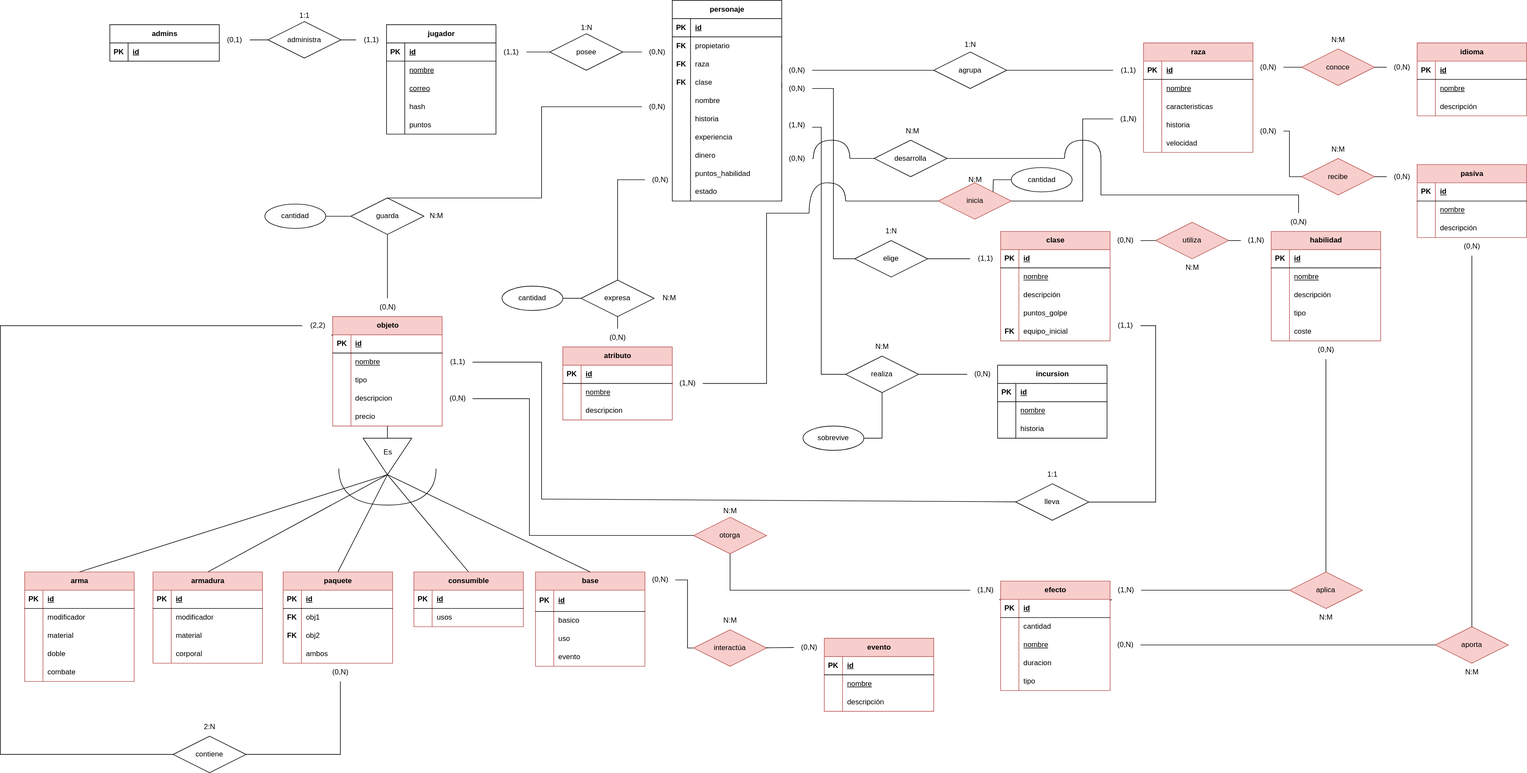
Above: DB_Schema/BaseDatos_DnD.svg in IvanFreireDacoba/LogeVerse (draw.io), before the change. Source tidied: cells renumbered, new cells last; positions are measured from the earlier drawing's top-left corner, leaving out a move shared by most shapes.
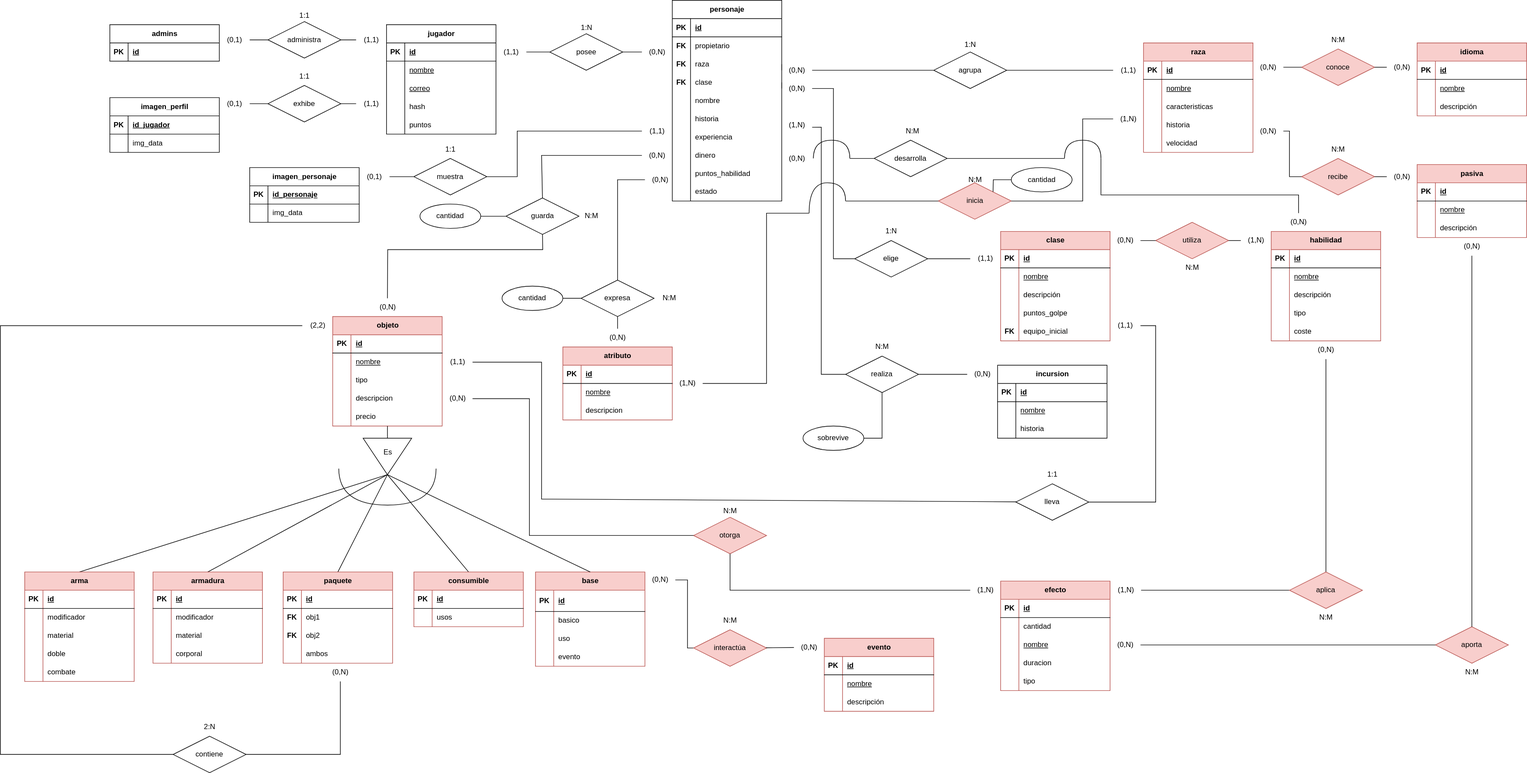
The same diagram one commit later.

What changed in the source:
```diff
@@ -239,9 +239,6 @@
     <mxCell id="80" style="endArrow=none;html=1;rounded=0;exitX=1;exitY=0.5;exitDx=0;exitDy=0;" parent="46" edge="1" source="47" target="49">
       <mxGeometry relative="1" as="geometry" />
     </mxCell>
-    <mxCell id="81" value="(0,N)" style="text;html=1;align=center;verticalAlign=middle;points=[];strokeColor=none;fillColor=none;" parent="46" vertex="1">
-      <mxGeometry y="150" width="50" height="30" as="geometry" />
-    </mxCell>
     <mxCell id="82" value="incursion" style="shape=table;startSize=30;rowLines=0;fontStyle=1;align=center;html=1;" parent="1" vertex="1">
       <mxGeometry x="1640" y="600" width="180" height="120" as="geometry" />
     </mxCell>
@@ -448,15 +445,6 @@
     <mxCell id="141" style="group;" parent="1" vertex="1">
       <mxGeometry x="150" y="160" width="1110" height="1110" as="geometry" />
     </mxCell>
-    <mxCell id="142" style="group;" parent="141" vertex="1">
-      <mxGeometry x="338.5" width="290" height="225" as="geometry" />
-    </mxCell>
-    <mxCell id="143" value="guarda" style="shape=rhombus;perimeter=rhombusPerimeter;whiteSpace=wrap;html=1;align=center;" parent="142" vertex="1">
-      <mxGeometry x="88" y="165" width="120" height="60" as="geometry" />
-    </mxCell>
-    <mxCell id="144" value="N:M" style="text;html=1;align=center;verticalAlign=middle;strokeColor=none;fillColor=none;" parent="142" vertex="1">
-      <mxGeometry x="203" y="180" width="50" height="30" as="geometry" />
-    </mxCell>
     <mxCell id="145" style="group;" parent="141" vertex="1">
       <mxGeometry y="175" width="1110" height="935" as="geometry" />
     </mxCell>
@@ -536,9 +524,6 @@
         </Array>
       </mxGeometry>
     </mxCell>
-    <mxCell id="169" value="cantidad" style="ellipse;whiteSpace=wrap;html=1;align=center;" parent="145" vertex="1">
-      <mxGeometry x="285" width="100" height="40" as="geometry" />
-    </mxCell>
     <mxCell id="170" style="endArrow=none;html=1;rounded=0;exitX=0.5;exitY=0;exitDx=0;exitDy=0;entryX=1;entryY=0.5;entryDx=0;entryDy=0;" parent="145" edge="1" source="202" target="165">
       <mxGeometry relative="1" as="geometry" />
     </mxCell>
@@ -891,10 +876,24 @@
     <mxCell id="279" style="endArrow=none;html=1;rounded=0;" parent="145" edge="1" source="174" target="278">
       <mxGeometry relative="1" as="geometry" />
     </mxCell>
+    <mxCell id="143" value="guarda" style="shape=rhombus;perimeter=rhombusPerimeter;whiteSpace=wrap;html=1;align=center;" parent="145" vertex="1">
+      <mxGeometry x="681.5" y="-10" width="120" height="60" as="geometry" />
+    </mxCell>
+    <mxCell id="144" value="N:M" style="text;html=1;align=center;verticalAlign=middle;strokeColor=none;fillColor=none;" parent="145" vertex="1">
+      <mxGeometry x="796.5" y="5" width="50" height="30" as="geometry" />
+    </mxCell>
-    <mxCell id="280" style="endArrow=none;html=1;rounded=0;exitX=0.5;exitY=0;exitDx=0;exitDy=0;entryX=0.5;entryY=1;entryDx=0;entryDy=0;" parent="141" edge="1" source="163" target="143">
-      <mxGeometry relative="1" as="geometry" />
+    <mxCell id="280" style="endArrow=none;html=1;rounded=0;exitX=0.5;exitY=0;exitDx=0;exitDy=0;entryX=0.5;entryY=1;entryDx=0;entryDy=0;" parent="145" edge="1" source="163" target="143">
+      <mxGeometry relative="1" as="geometry">
+        <Array as="points">
+          <mxPoint x="487" y="75" />
+          <mxPoint x="742" y="75" />
+        </Array>
+      </mxGeometry>
     </mxCell>
+    <mxCell id="169" value="cantidad" style="ellipse;whiteSpace=wrap;html=1;align=center;" parent="145" vertex="1">
+      <mxGeometry x="540" width="100" height="40" as="geometry" />
+    </mxCell>
-    <mxCell id="281" style="endArrow=none;html=1;rounded=0;entryX=0;entryY=0.5;entryDx=0;entryDy=0;exitX=1;exitY=0.5;exitDx=0;exitDy=0;" parent="141" edge="1" source="169" target="143">
+    <mxCell id="281" style="endArrow=none;html=1;rounded=0;entryX=0;entryY=0.5;entryDx=0;entryDy=0;exitX=1;exitY=0.5;exitDx=0;exitDy=0;" parent="145" edge="1" source="169" target="143">
       <mxGeometry relative="1" as="geometry" />
     </mxCell>
     <mxCell id="282" value="(0,N)" style="text;html=1;align=center;verticalAlign=middle;points=[];strokeColor=none;fillColor=none;" parent="141" vertex="1">
@@ -907,14 +906,103 @@
         </Array>
       </mxGeometry>
     </mxCell>
+    <mxCell id="81" value="(0,N)" style="text;html=1;align=center;verticalAlign=middle;points=[];strokeColor=none;fillColor=none;" parent="141" vertex="1">
+      <mxGeometry x="905" y="80" width="50" height="30" as="geometry" />
+    </mxCell>
-    <mxCell id="284" style="endArrow=none;html=1;rounded=0;entryX=0;entryY=0.5;entryDx=0;entryDy=0;exitX=0.5;exitY=0;exitDx=0;exitDy=0;edgeStyle=orthogonalEdgeStyle;" parent="1" edge="1" source="143" target="81">
+    <mxCell id="284" style="endArrow=none;html=1;rounded=0;entryX=0;entryY=0.5;entryDx=0;entryDy=0;exitX=0.5;exitY=0;exitDx=0;exitDy=0;edgeStyle=orthogonalEdgeStyle;" parent="141" edge="1" source="143" target="81">
       <mxGeometry relative="1" as="geometry">
         <Array as="points">
-          <mxPoint x="890" y="325" />
-          <mxPoint x="890" y="175" />
+          <mxPoint x="740" y="165" />
+          <mxPoint x="740" y="95" />
         </Array>
       </mxGeometry>
     </mxCell>
+    <mxCell id="426" value="muestra" style="shape=rhombus;perimeter=rhombusPerimeter;whiteSpace=wrap;html=1;align=center;" parent="141" vertex="1">
+      <mxGeometry x="530" y="100" width="120" height="60" as="geometry" />
+    </mxCell>
+    <mxCell id="427" value="(1,1)" style="text;html=1;align=center;verticalAlign=middle;points=[];strokeColor=none;fillColor=none;" parent="141" vertex="1">
+      <mxGeometry x="905" y="40" width="50" height="30" as="geometry" />
+    </mxCell>
+    <mxCell id="428" style="endArrow=none;html=1;rounded=0;" parent="141" edge="1" source="426" target="427">
+      <mxGeometry relative="1" as="geometry">
+        <Array as="points">
+          <mxPoint x="700" y="130" />
+          <mxPoint x="700" y="55" />
+        </Array>
+      </mxGeometry>
+    </mxCell>
+    <mxCell id="429" value="1:1" style="text;html=1;align=center;verticalAlign=middle;strokeColor=none;fillColor=none;" parent="141" vertex="1">
+      <mxGeometry x="570" y="70" width="40" height="30" as="geometry" />
+    </mxCell>
+    <mxCell id="430" value="imagen_personaje" style="shape=table;startSize=30;rowLines=0;fontStyle=1;align=center;html=1;" parent="141" vertex="1">
+      <mxGeometry x="260" y="115" width="180" height="90" as="geometry" />
+    </mxCell>
+    <mxCell id="431" style="shape=tableRow;horizontal=0;startSize=0;swimlaneHead=0;swimlaneBody=0;fillColor=none;top=0;left=0;right=0;bottom=1;" parent="430" vertex="1">
+      <mxGeometry y="30" width="180" height="30" as="geometry" />
+    </mxCell>
+    <mxCell id="432" value="PK" style="shape=partialRectangle;fillColor=none;top=0;left=0;bottom=0;right=0;fontStyle=1;overflow=hidden;whiteSpace=wrap;html=1;" parent="431" vertex="1">
+      <mxGeometry width="30" height="30" as="geometry" />
+    </mxCell>
+    <mxCell id="433" value="id_personaje" style="shape=partialRectangle;fillColor=none;top=0;left=0;bottom=0;right=0;align=left;spacingLeft=6;fontStyle=5;overflow=hidden;whiteSpace=wrap;html=1;" parent="431" vertex="1">
+      <mxGeometry x="30" width="150" height="30" as="geometry" />
+    </mxCell>
+    <mxCell id="434" style="shape=tableRow;horizontal=0;startSize=0;swimlaneHead=0;swimlaneBody=0;fillColor=none;top=0;left=0;right=0;bottom=0;" parent="430" vertex="1">
+      <mxGeometry y="60" width="180" height="30" as="geometry" />
+    </mxCell>
+    <mxCell id="435" style="shape=partialRectangle;fillColor=none;top=0;left=0;bottom=0;right=0;overflow=hidden;whiteSpace=wrap;html=1;" parent="434" vertex="1">
+      <mxGeometry width="30" height="30" as="geometry" />
+    </mxCell>
+    <mxCell id="436" value="img_data" style="shape=partialRectangle;fillColor=none;top=0;left=0;bottom=0;right=0;align=left;spacingLeft=6;overflow=hidden;whiteSpace=wrap;html=1;" parent="434" vertex="1">
+      <mxGeometry x="30" width="150" height="30" as="geometry" />
+    </mxCell>
+    <mxCell id="437" value="(0,1)" style="text;html=1;align=center;verticalAlign=middle;points=[];strokeColor=none;fillColor=none;" parent="141" vertex="1">
+      <mxGeometry x="440" y="115" width="50" height="30" as="geometry" />
+    </mxCell>
+    <mxCell id="438" style="endArrow=none;html=1;rounded=0;" parent="141" edge="1" source="437" target="430">
+      <mxGeometry relative="1" as="geometry" />
+    </mxCell>
+    <mxCell id="439" style="endArrow=none;html=1;rounded=0;" parent="141" edge="1" source="437" target="426">
+      <mxGeometry relative="1" as="geometry" />
+    </mxCell>
+    <mxCell id="440" value="(0,1)" style="text;html=1;align=center;verticalAlign=middle;points=[];strokeColor=none;fillColor=none;" parent="141" vertex="1">
+      <mxGeometry x="210" y="-5" width="50" height="30" as="geometry" />
+    </mxCell>
+    <mxCell id="441" value="exhibe" style="shape=rhombus;perimeter=rhombusPerimeter;whiteSpace=wrap;html=1;align=center;" parent="141" vertex="1">
+      <mxGeometry x="290" y="-20" width="120" height="60" as="geometry" />
+    </mxCell>
+    <mxCell id="442" value="(1,1)" style="text;html=1;align=center;verticalAlign=middle;points=[];strokeColor=none;fillColor=none;" parent="141" vertex="1">
+      <mxGeometry x="435" y="-5" width="50" height="30" as="geometry" />
+    </mxCell>
+    <mxCell id="443" style="endArrow=none;html=1;rounded=0;" parent="141" edge="1" source="440" target="441">
+      <mxGeometry relative="1" as="geometry" />
+    </mxCell>
+    <mxCell id="444" style="endArrow=none;html=1;rounded=0;" parent="141" edge="1" source="442" target="441">
+      <mxGeometry relative="1" as="geometry" />
+    </mxCell>
+    <mxCell id="445" value="imagen_perfil" style="shape=table;startSize=30;rowLines=0;fontStyle=1;align=center;html=1;" parent="141" vertex="1">
+      <mxGeometry x="30" width="180" height="90" as="geometry" />
+    </mxCell>
+    <mxCell id="446" style="shape=tableRow;horizontal=0;startSize=0;swimlaneHead=0;swimlaneBody=0;fillColor=none;top=0;left=0;right=0;bottom=1;" parent="445" vertex="1">
+      <mxGeometry y="30" width="180" height="30" as="geometry" />
+    </mxCell>
+    <mxCell id="447" value="PK" style="shape=partialRectangle;fillColor=none;top=0;left=0;bottom=0;right=0;fontStyle=1;overflow=hidden;whiteSpace=wrap;html=1;" parent="446" vertex="1">
+      <mxGeometry width="30" height="30" as="geometry" />
+    </mxCell>
+    <mxCell id="448" value="id_jugador" style="shape=partialRectangle;fillColor=none;top=0;left=0;bottom=0;right=0;align=left;spacingLeft=6;fontStyle=5;overflow=hidden;whiteSpace=wrap;html=1;" parent="446" vertex="1">
+      <mxGeometry x="30" width="150" height="30" as="geometry" />
+    </mxCell>
+    <mxCell id="449" style="shape=tableRow;horizontal=0;startSize=0;swimlaneHead=0;swimlaneBody=0;fillColor=none;top=0;left=0;right=0;bottom=0;" parent="445" vertex="1">
+      <mxGeometry y="60" width="180" height="30" as="geometry" />
+    </mxCell>
+    <mxCell id="450" style="shape=partialRectangle;fillColor=none;top=0;left=0;bottom=0;right=0;overflow=hidden;whiteSpace=wrap;html=1;" parent="449" vertex="1">
+      <mxGeometry width="30" height="30" as="geometry" />
+    </mxCell>
+    <mxCell id="451" value="img_data" style="shape=partialRectangle;fillColor=none;top=0;left=0;bottom=0;right=0;align=left;spacingLeft=6;overflow=hidden;whiteSpace=wrap;html=1;" parent="449" vertex="1">
+      <mxGeometry x="30" width="150" height="30" as="geometry" />
+    </mxCell>
+    <mxCell id="452" style="endArrow=none;html=1;rounded=0;" parent="141" edge="1" source="440" target="445">
+      <mxGeometry relative="1" as="geometry" />
+    </mxCell>
     <mxCell id="285" value="idioma" style="shape=table;startSize=30;rowLines=0;fontStyle=1;align=center;html=1;fillColor=#f8cecc;strokeColor=#b85450;" parent="1" vertex="1">
       <mxGeometry x="2330" y="70" width="180" height="120" as="geometry" />
     </mxCell>
@@ -1393,5 +1481,14 @@
     <mxCell id="425" style="endArrow=none;html=1;rounded=0;" parent="1" edge="1" source="414" target="421">
       <mxGeometry relative="1" as="geometry" />
     </mxCell>
+    <mxCell id="453" style="endArrow=none;html=1;rounded=0;" parent="1" edge="1" source="49" target="427">
+      <mxGeometry relative="1" as="geometry" />
+    </mxCell>
+    <mxCell id="454" value="1:1" style="text;html=1;align=center;verticalAlign=middle;strokeColor=none;fillColor=none;" parent="1" vertex="1">
+      <mxGeometry x="480" y="110" width="40" height="30" as="geometry" />
+    </mxCell>
+    <mxCell id="455" style="endArrow=none;html=1;rounded=0;" parent="1" edge="1" source="442" target="117">
+      <mxGeometry relative="1" as="geometry" />
+    </mxCell>
   </root>
 </mxGraphModel>
```
